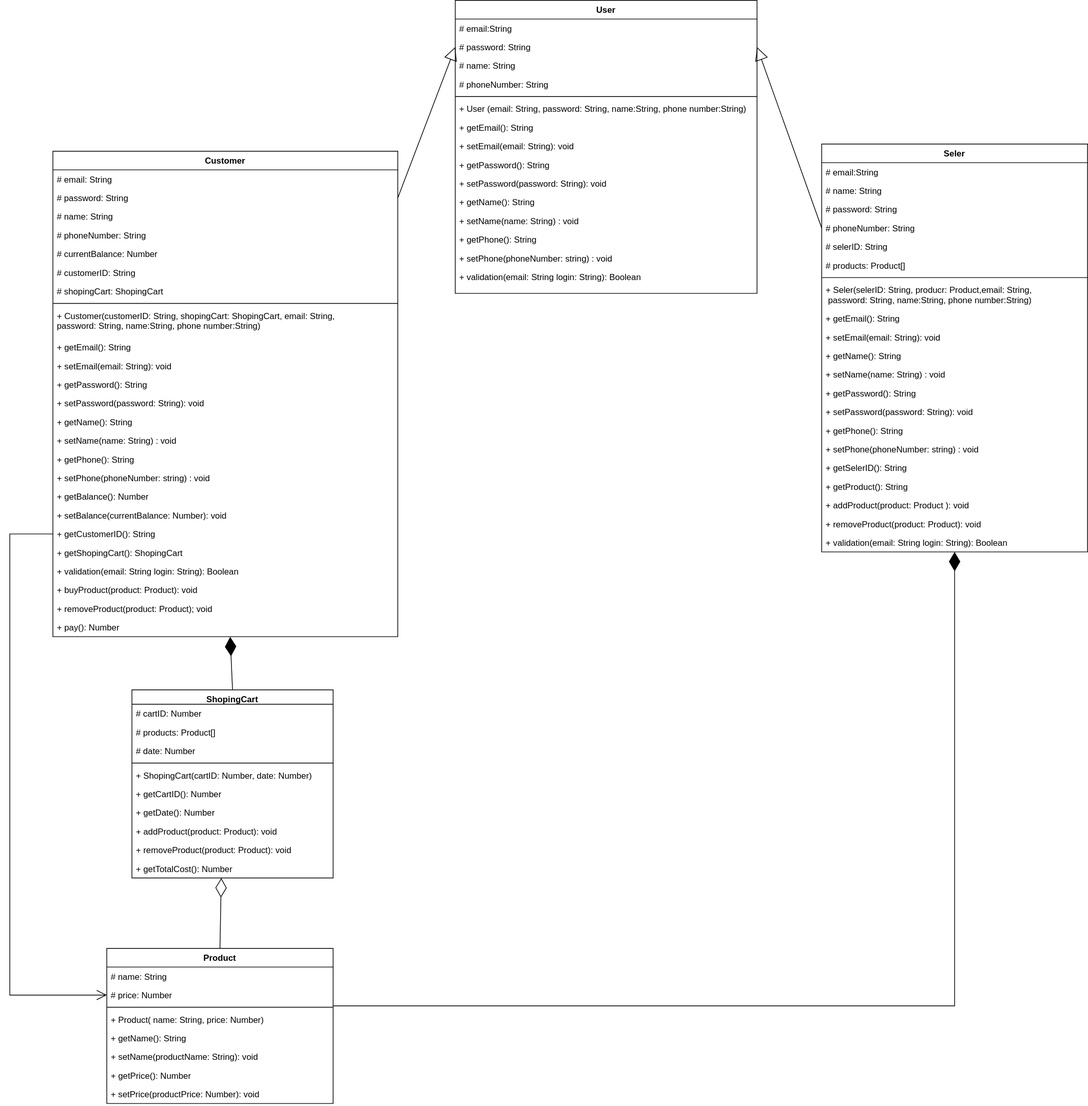
The draw.io diagram Untitled Diagram.drawio.svg in artemhoriuk1994/CV, before a commit. Source tidied: cells renumbered, new cells last; positions are measured from the earlier drawing's top-left corner, leaving out a move shared by most shapes.
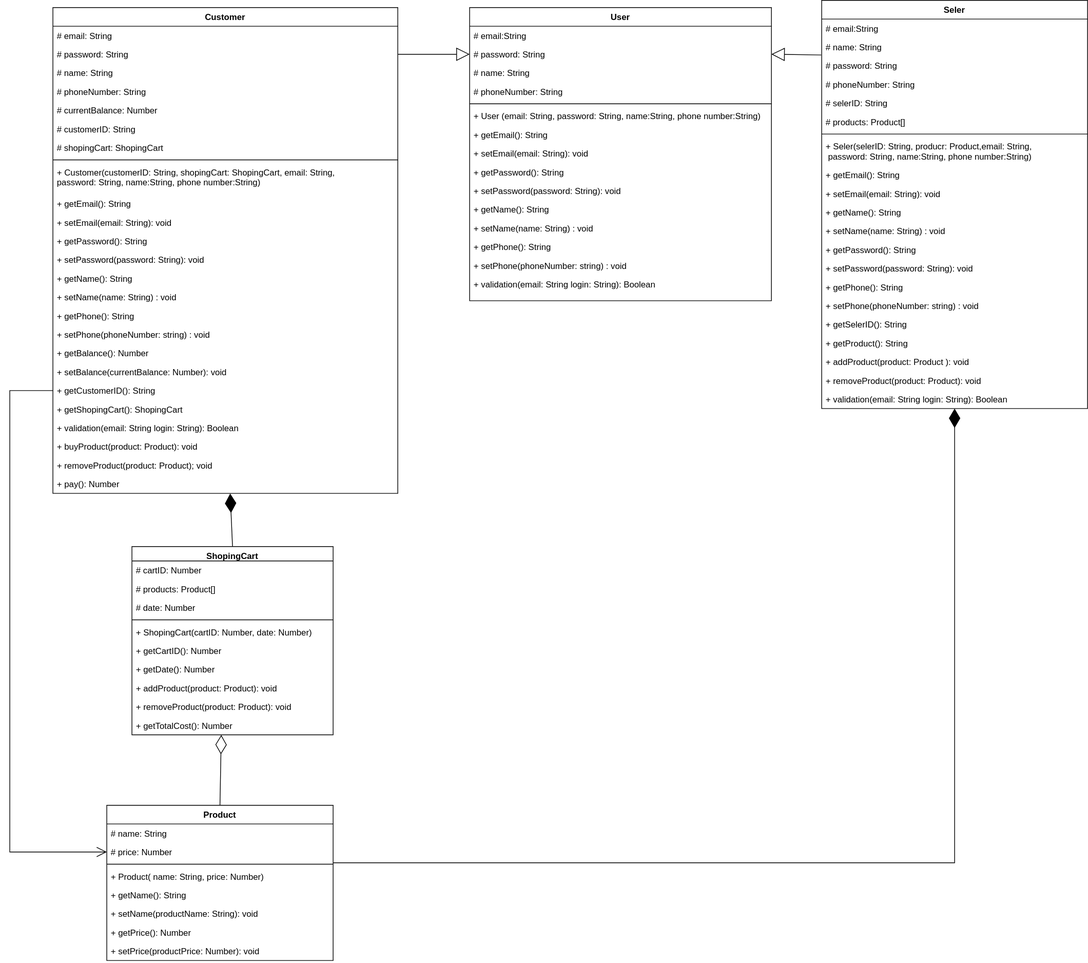
Later version of the same file.

Diff of the diagram source:
```diff
@@ -3,7 +3,7 @@
     <mxCell id="0" />
     <mxCell id="1" parent="0" />
     <mxCell id="2" value="User" style="swimlane;fontStyle=1;align=center;verticalAlign=top;horizontal=1;startSize=26;rounded=0;shadow=0;strokeWidth=1;" parent="1" vertex="1">
-      <mxGeometry x="620" width="420" height="408" as="geometry" />
+      <mxGeometry x="640" y="210" width="420" height="408" as="geometry" />
     </mxCell>
     <mxCell id="3" value="# email:String&#10;" style="text;align=left;verticalAlign=top;spacingLeft=4;spacingRight=4;overflow=hidden;rounded=0;shadow=0;html=0;" parent="2" vertex="1">
       <mxGeometry y="26" width="420" height="26" as="geometry" />
@@ -254,7 +254,7 @@
     <mxCell id="85" value="+ getTotalCost(): Number" style="text;strokeColor=none;fillColor=none;align=left;verticalAlign=top;spacingLeft=4;spacingRight=4;overflow=hidden;points=[[0,0.5],[1,0.5]];portConstraint=eastwest;" parent="75" vertex="1">
       <mxGeometry y="236" width="280" height="26" as="geometry" />
     </mxCell>
-    <mxCell id="86" value="Extends" style="endArrow=block;endSize=16;endFill=0;html=1;rounded=0;entryX=1;entryY=0.5;entryDx=0;entryDy=0;exitX=0;exitY=0.5;exitDx=0;exitDy=0;textOpacity=0;" parent="1" edge="1" source="57" target="4">
+    <mxCell id="86" value="Extends" style="endArrow=block;endSize=16;endFill=0;html=1;rounded=0;entryX=1;entryY=0.5;entryDx=0;entryDy=0;exitX=-0.002;exitY=-0.077;exitDx=0;exitDy=0;textOpacity=0;exitPerimeter=0;" parent="1" edge="1" source="56" target="4">
       <mxGeometry relative="1" as="geometry" />
     </mxCell>
     <mxCell id="87" value="Extends" style="endArrow=block;endSize=16;endFill=0;html=1;rounded=0;entryX=0;entryY=0.5;entryDx=0;entryDy=0;exitX=1;exitY=0.5;exitDx=0;exitDy=0;textOpacity=0;" parent="1" edge="1" source="20" target="4">
```
